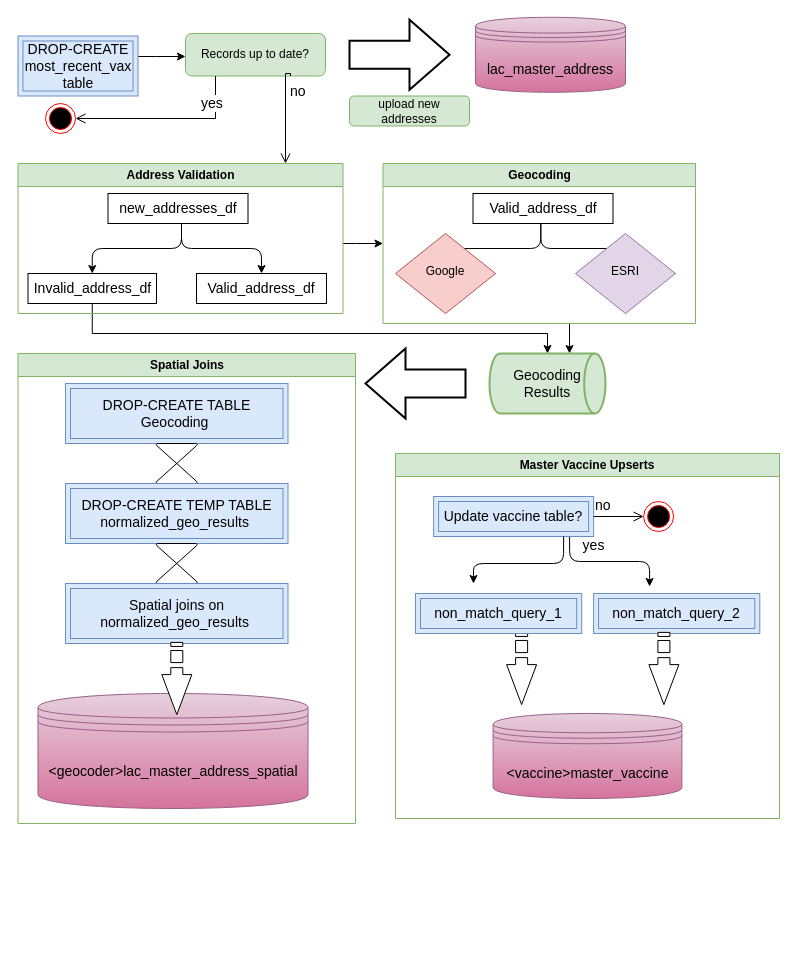
The draw.io diagram regeocoding_pipeline.drawio in Primordial-Haggis/LA_county_vax_etl_workflow, before the edit. Source tidied: cells renumbered, new cells numbered last; positions are measured from the earlier drawing's top-left corner, leaving out a move shared by most shapes. Both pictures are drawn from the tidied source at 100%, with x=0, y=0 at pixel (17, 17).
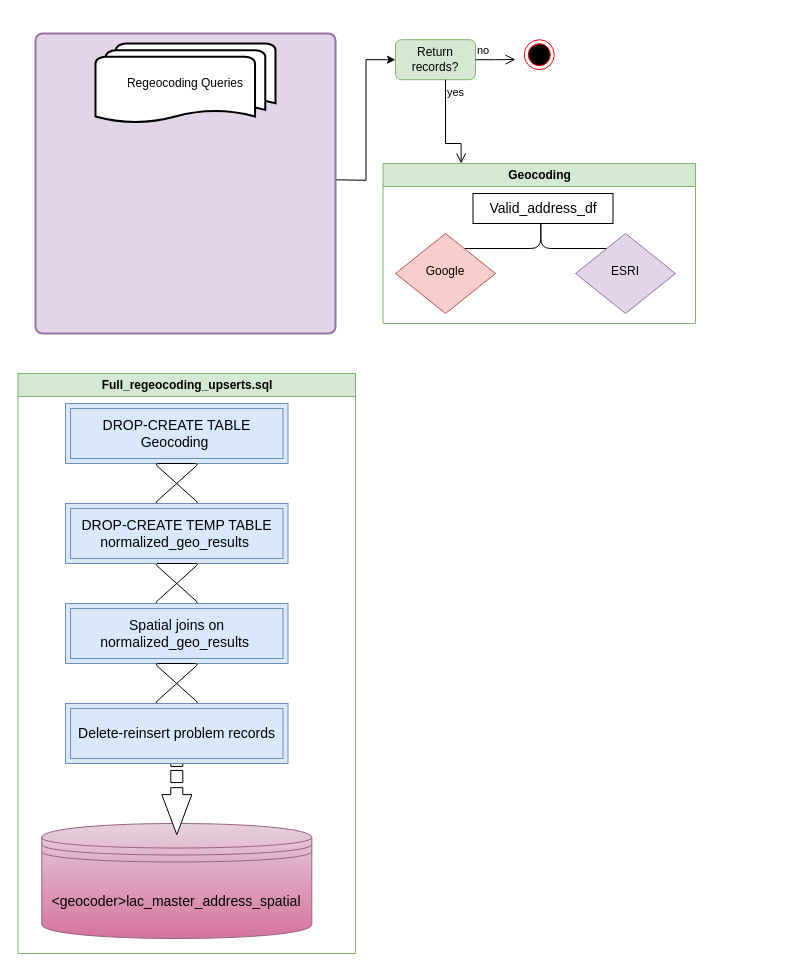
After the change.

Unchanged cells that the change refers to:
```xml
<mxCell id="15" value="Geocoding" style="horizontal=1;whiteSpace=wrap;html=1;fontSize=12;glass=0;strokeWidth=1;shadow=0;fillColor=#d5e8d4;strokeColor=#82b366;swimlane;" parent="1" vertex="1">
  <mxGeometry x="365.5" y="146" width="312.5" height="160" as="geometry" />
</mxCell>
```

Change to the diagram source:
```diff
@@
-    <mxCell id="2" value="upload new addresses" style="rounded=1;whiteSpace=wrap;html=1;fontSize=12;glass=0;strokeWidth=1;shadow=0;fillColor=#d5e8d4;strokeColor=#82b366;" parent="1" vertex="1">
-      <mxGeometry x="332" y="78.5" width="120" height="30" as="geometry" />
-    </mxCell>
-    <mxCell id="3" value="&lt;font style=&quot;font-size: 14px;&quot;&gt;lac_master_address&lt;/font&gt;" style="shape=datastore;whiteSpace=wrap;html=1;fontSize=18;fontSize=20;fillColor=#e6d0de;gradientColor=#d5739d;strokeColor=#996185;" parent="1" vertex="1">
-      <mxGeometry x="458" y="-0.2" width="150" height="75" as="geometry" />
-    </mxCell>
-    <mxCell id="4" style="edgeStyle=orthogonalEdgeStyle;rounded=0;jettySize=auto;html=1;fontSize=14;exitX=0.5;exitY=1;exitDx=0;exitDy=0;" parent="1" edge="1" source="8" target="23">
-      <mxGeometry relative="1" as="geometry">
-        <Array as="points">
-          <mxPoint x="75" y="316" />
-          <mxPoint x="530" y="316" />
-        </Array>
-      </mxGeometry>
-    </mxCell>
-    <mxCell id="5" style="edgeStyle=orthogonalEdgeStyle;rounded=0;jettySize=auto;html=1;fontSize=14;entryX=0;entryY=0.5;entryDx=0;entryDy=0;" parent="1" edge="1" source="6" target="15">
-      <mxGeometry relative="1" as="geometry">
-        <Array as="points">
-          <mxPoint x="338" y="226" />
-          <mxPoint x="338" y="226" />
-        </Array>
-      </mxGeometry>
-    </mxCell>
-    <mxCell id="6" value="Address Validation" style="horizontal=1;whiteSpace=wrap;html=1;fontSize=12;glass=0;strokeWidth=1;shadow=0;fillColor=#d5e8d4;strokeColor=#82b366;swimlane;" parent="1" vertex="1">
-      <mxGeometry x="0.5" y="146" width="325" height="150" as="geometry" />
-    </mxCell>
-    <mxCell id="7" value="new_addresses_df" style="whiteSpace=wrap;html=1;fontSize=14;" parent="6" vertex="1">
-      <mxGeometry x="90" y="30" width="140" height="30" as="geometry" />
-    </mxCell>
-    <mxCell id="8" value="Invalid_address_df" style="whiteSpace=wrap;html=1;fontSize=14;" parent="6" vertex="1">
-      <mxGeometry x="10" y="110" width="128.5" height="30" as="geometry" />
-    </mxCell>
-    <mxCell id="9" style="edgeStyle=elbowEdgeStyle;elbow=vertical;html=1;rounded=1;curved=0;sourcePerimeterSpacing=0;targetPerimeterSpacing=0;startSize=6;endSize=6;fontSize=14;" parent="6" edge="1" target="8">
-      <mxGeometry relative="1" as="geometry">
-        <mxPoint x="163.5" y="60" as="sourcePoint" />
-      </mxGeometry>
-    </mxCell>
-    <mxCell id="10" style="edgeStyle=elbowEdgeStyle;elbow=vertical;html=1;rounded=1;curved=0;sourcePerimeterSpacing=0;targetPerimeterSpacing=0;startSize=6;endSize=6;fontSize=14;" parent="6" edge="1" target="11">
-      <mxGeometry relative="1" as="geometry">
-        <mxPoint x="163.5" y="60" as="sourcePoint" />
-      </mxGeometry>
-    </mxCell>
-    <mxCell id="11" value="Valid_address_df" style="whiteSpace=wrap;html=1;fontSize=14;" parent="6" vertex="1">
-      <mxGeometry x="178.5" y="110" width="130" height="30" as="geometry" />
-    </mxCell>
-    <mxCell id="12" style="edgeStyle=orthogonalEdgeStyle;rounded=0;jettySize=auto;html=1;" parent="1" edge="1" source="13" target="46">
-      <mxGeometry relative="1" as="geometry">
-        <Array as="points">
-          <mxPoint x="138" y="39" />
-          <mxPoint x="138" y="39" />
-        </Array>
-      </mxGeometry>
-    </mxCell>
-    <mxCell id="13" value="DROP-CREATE most_recent_vax table" style="shape=ext;margin=3;double=1;whiteSpace=wrap;html=1;align=center;fontSize=14;fillColor=#dae8fc;strokeColor=#6c8ebf;" parent="1" vertex="1">
-      <mxGeometry x="0.5" y="18.5" width="120" height="60" as="geometry" />
-    </mxCell>
-    <mxCell id="14" style="edgeStyle=orthogonalEdgeStyle;rounded=0;jettySize=auto;html=1;fontSize=14;entryX=0.69;entryY=0;entryDx=0;entryDy=0;entryPerimeter=0;" parent="1" edge="1" target="23">
-      <mxGeometry relative="1" as="geometry">
-        <mxPoint x="552" y="306" as="sourcePoint" />
-      </mxGeometry>
-    </mxCell>
@@
-    <mxCell id="23" value="Geocoding Results" style="strokeWidth=2;html=1;shape=mxgraph.flowchart.direct_data;whiteSpace=wrap;fontSize=14;fillColor=#d5e8d4;strokeColor=#82b366;" parent="1" vertex="1">
-      <mxGeometry x="472" y="336" width="116" height="60" as="geometry" />
-    </mxCell>
-    <mxCell id="24" style="verticalLabelPosition=bottom;verticalAlign=top;html=1;strokeWidth=2;shape=mxgraph.arrows2.arrow;dy=0.6;dx=40;notch=0;fontSize=14;rotation=-180;" parent="1" vertex="1">
-      <mxGeometry x="348" y="331" width="100" height="70" as="geometry" />
-    </mxCell>
-    <mxCell id="25" value="Spatial Joins" style="horizontal=1;whiteSpace=wrap;html=1;fontSize=12;glass=0;strokeWidth=1;shadow=0;fillColor=#d5e8d4;strokeColor=#82b366;swimlane;" parent="1" vertex="1">
-      <mxGeometry x="0.5" y="336" width="337.5" height="470" as="geometry" />
+    <mxCell id="25" value="Full_regeocoding_upserts.sql" style="horizontal=1;whiteSpace=wrap;html=1;fontSize=12;glass=0;strokeWidth=1;shadow=0;fillColor=#d5e8d4;strokeColor=#82b366;swimlane;startSize=23;" parent="1" vertex="1">
+      <mxGeometry x="0.5" y="356" width="337.5" height="580" as="geometry" />
     </mxCell>
@@
     <mxCell id="27" value="&lt;font style=&quot;font-size: 14px;&quot;&gt;&amp;lt;geocoder&amp;gt;lac_master_address_spatial&lt;/font&gt;" style="shape=datastore;whiteSpace=wrap;html=1;fontSize=18;fontSize=20;fillColor=#e6d0de;gradientColor=#d5739d;strokeColor=#996185;" parent="25" vertex="1">
-      <mxGeometry x="20" y="340" width="270" height="115" as="geometry" />
+      <mxGeometry x="23.8" y="450" width="270" height="115" as="geometry" />
     </mxCell>
@@
     <mxCell id="32" style="html=1;shadow=0;dashed=0;align=center;verticalAlign=middle;shape=mxgraph.arrows2.stripedArrow;dy=0.6;dx=40;notch=25.24;fontSize=14;rotation=90;" parent="25" vertex="1">
-      <mxGeometry x="122.7" y="310" width="72.2" height="30" as="geometry" />
+      <mxGeometry x="122.7" y="410" width="72.2" height="30" as="geometry" />
     </mxCell>
-    <mxCell id="33" style="verticalLabelPosition=bottom;verticalAlign=top;html=1;strokeWidth=2;shape=mxgraph.arrows2.arrow;dy=0.6;dx=40;notch=0;fontSize=14;rotation=0;" parent="1" vertex="1">
-      <mxGeometry x="332" y="2.2" width="100" height="70" as="geometry" />
-    </mxCell>
-    <mxCell id="34" value="Master Vaccine Upserts" style="horizontal=1;whiteSpace=wrap;html=1;fontSize=12;glass=0;strokeWidth=1;shadow=0;fillColor=#d5e8d4;strokeColor=#82b366;swimlane;" parent="1" vertex="1">
-      <mxGeometry x="378" y="436" width="384" height="365" as="geometry" />
-    </mxCell>
-    <mxCell id="35" style="html=1;shadow=0;dashed=0;align=center;verticalAlign=middle;shape=mxgraph.arrows2.stripedArrow;dy=0.6;dx=40;notch=25.24;fontSize=14;rotation=90;" parent="34" vertex="1">
-      <mxGeometry x="90" y="200" width="72.2" height="30" as="geometry" />
-    </mxCell>
-    <mxCell id="36" value="&lt;font style=&quot;font-size: 14px;&quot;&gt;&amp;lt;vaccine&amp;gt;master_vaccine&lt;/font&gt;" style="shape=datastore;whiteSpace=wrap;html=1;fontSize=18;fontSize=20;fillColor=#e6d0de;gradientColor=#d5739d;strokeColor=#996185;" parent="34" vertex="1">
-      <mxGeometry x="97.6" y="260" width="188.8" height="85" as="geometry" />
-    </mxCell>
-    <mxCell id="37" style="ellipse;html=1;shape=endState;fillColor=#000000;strokeColor=#ff0000;fontSize=14;" parent="34" vertex="1">
-      <mxGeometry x="248.1" y="48" width="30" height="30" as="geometry" />
-    </mxCell>
-    <mxCell id="38" value="non_match_query_1" style="shape=ext;margin=3;double=1;whiteSpace=wrap;html=1;align=center;fontSize=14;fillColor=#dae8fc;strokeColor=#6c8ebf;" parent="34" vertex="1">
-      <mxGeometry x="20" y="140" width="166.2" height="40" as="geometry" />
-    </mxCell>
-    <mxCell id="39" value="non_match_query_2" style="shape=ext;margin=3;double=1;whiteSpace=wrap;html=1;align=center;fontSize=14;fillColor=#dae8fc;strokeColor=#6c8ebf;" parent="34" vertex="1">
-      <mxGeometry x="198.1" y="140" width="166.2" height="40" as="geometry" />
-    </mxCell>
-    <mxCell id="40" style="edgeStyle=elbowEdgeStyle;elbow=vertical;html=1;rounded=1;curved=0;sourcePerimeterSpacing=0;targetPerimeterSpacing=0;startSize=6;endSize=6;fontSize=14;" parent="34" edge="1">
-      <mxGeometry relative="1" as="geometry">
-        <mxPoint x="174.1" y="83" as="sourcePoint" />
-        <mxPoint x="254.1" y="133" as="targetPoint" />
-      </mxGeometry>
-    </mxCell>
-    <mxCell id="41" style="html=1;shadow=0;dashed=0;align=center;verticalAlign=middle;shape=mxgraph.arrows2.stripedArrow;dy=0.6;dx=40;notch=25.24;fontSize=14;rotation=90;" parent="34" vertex="1">
-      <mxGeometry x="232.3" y="200" width="72.2" height="30" as="geometry" />
-    </mxCell>
-    <mxCell id="42" value="Update vaccine table?" style="shape=ext;margin=3;double=1;whiteSpace=wrap;html=1;align=center;fontSize=14;fillColor=#dae8fc;strokeColor=#6c8ebf;" parent="34" vertex="1">
-      <mxGeometry x="38.1" y="43" width="160" height="40" as="geometry" />
-    </mxCell>
-    <mxCell id="43" value="no" style="edgeStyle=orthogonalEdgeStyle;html=1;align=left;verticalAlign=bottom;endArrow=open;endSize=8;rounded=0;fontSize=14;entryX=0;entryY=0.5;entryDx=0;entryDy=0;" parent="34" edge="1" source="42" target="37">
-      <mxGeometry x="-1" relative="1" as="geometry" />
-    </mxCell>
-    <mxCell id="44" value="yes" style="edgeStyle=elbowEdgeStyle;elbow=vertical;html=1;rounded=1;curved=0;sourcePerimeterSpacing=0;targetPerimeterSpacing=0;startSize=6;endSize=6;fontSize=14;" parent="34" edge="1" source="42">
-      <mxGeometry x="-0.87" y="30" relative="1" as="geometry">
-        <mxPoint x="78" y="130" as="targetPoint" />
-        <Array as="points">
-          <mxPoint x="168.1" y="110" />
-          <mxPoint x="128.1" y="120" />
-          <mxPoint x="118.1" y="130" />
-        </Array>
-      </mxGeometry>
-    </mxCell>
+    <mxCell id="50" style="verticalLabelPosition=bottom;verticalAlign=top;html=1;shape=mxgraph.flowchart.collate;fontSize=14;" parent="25" vertex="1">
+      <mxGeometry x="138.1" y="290" width="41.2" height="40" as="geometry" />
+    </mxCell>
+    <mxCell id="51" value="Delete-reinsert problem records" style="shape=ext;margin=3;double=1;whiteSpace=wrap;html=1;align=center;fontSize=14;fillColor=#dae8fc;strokeColor=#6c8ebf;" parent="25" vertex="1">
+      <mxGeometry x="47.5" y="330" width="222.5" height="60" as="geometry" />
+    </mxCell>
-    <mxCell id="45" style="edgeStyle=orthogonalEdgeStyle;rounded=0;jettySize=auto;html=1;exitX=0.75;exitY=1;exitDx=0;exitDy=0;" parent="1" edge="1" source="46">
+    <mxCell id="45" style="edgeStyle=orthogonalEdgeStyle;rounded=0;orthogonalLoop=1;jettySize=auto;html=1;exitX=0.75;exitY=1;exitDx=0;exitDy=0;" parent="1" edge="1">
       <mxGeometry relative="1" as="geometry">
+        <mxPoint x="273" y="58.5" as="sourcePoint" />
         <mxPoint x="273" y="59" as="targetPoint" />
       </mxGeometry>
     </mxCell>
-    <mxCell id="46" value="Records up to date?" style="rounded=1;whiteSpace=wrap;html=1;fontSize=12;glass=0;strokeWidth=1;shadow=0;fillColor=#d5e8d4;strokeColor=#82b366;" parent="1" vertex="1">
-      <mxGeometry x="168" y="16" width="140" height="42.5" as="geometry" />
-    </mxCell>
-    <mxCell id="47" value="no" style="edgeStyle=orthogonalEdgeStyle;html=1;align=left;verticalAlign=bottom;endArrow=open;endSize=8;rounded=0;fontSize=14;exitX=0.75;exitY=1;exitDx=0;exitDy=0;" parent="1" edge="1" source="46" target="6">
-      <mxGeometry x="-0.27" y="3" relative="1" as="geometry">
-        <Array as="points">
-          <mxPoint x="273" y="56" />
-          <mxPoint x="268" y="56" />
-        </Array>
-      </mxGeometry>
-    </mxCell>
-    <mxCell id="48" value="yes" style="edgeStyle=orthogonalEdgeStyle;html=1;align=left;verticalAlign=top;endArrow=open;endSize=8;rounded=0;fontSize=14;entryX=1;entryY=0.5;entryDx=0;entryDy=0;" parent="1" edge="1" source="46" target="49">
-      <mxGeometry x="-0.35" y="-30" relative="1" as="geometry">
-        <Array as="points">
-          <mxPoint x="198" y="101" />
-        </Array>
-      </mxGeometry>
-    </mxCell>
+    <mxCell id="52" style="edgeStyle=orthogonalEdgeStyle;rounded=0;orthogonalLoop=1;jettySize=auto;html=1;exitX=0.75;exitY=1;exitDx=0;exitDy=0;" parent="1" edge="1">
+      <mxGeometry relative="1" as="geometry">
+        <mxPoint x="273" y="58.5" as="sourcePoint" />
+        <mxPoint x="273" y="59" as="targetPoint" />
+      </mxGeometry>
+    </mxCell>
     <mxCell id="49" style="ellipse;html=1;shape=endState;fillColor=#000000;strokeColor=#ff0000;fontSize=14;" parent="1" vertex="1">
-      <mxGeometry x="28" y="86" width="30" height="30" as="geometry" />
+      <mxGeometry x="506.8" y="22.2" width="30" height="30" as="geometry" />
     </mxCell>
+    <mxCell id="53" value="Return records?" style="rounded=1;whiteSpace=wrap;html=1;fontSize=12;glass=0;strokeWidth=1;shadow=0;fillColor=#d5e8d4;strokeColor=#82b366;" parent="1" vertex="1">
+      <mxGeometry x="378" y="22.2" width="80" height="40" as="geometry" />
+    </mxCell>
+    <mxCell id="54" value="no" style="edgeStyle=orthogonalEdgeStyle;html=1;align=left;verticalAlign=bottom;endArrow=open;endSize=8;rounded=0;" parent="1" edge="1" source="53">
+      <mxGeometry x="-1" relative="1" as="geometry">
+        <mxPoint x="498" y="42" as="targetPoint" />
+      </mxGeometry>
+    </mxCell>
+    <mxCell id="55" value="yes" style="edgeStyle=orthogonalEdgeStyle;html=1;align=left;verticalAlign=top;endArrow=open;endSize=8;rounded=0;entryX=0.25;entryY=0;entryDx=0;entryDy=0;" parent="1" edge="1" source="53" target="15">
+      <mxGeometry x="-1" relative="1" as="geometry">
+        <Array as="points">
+          <mxPoint x="428" y="126" />
+          <mxPoint x="444" y="126" />
+        </Array>
+      </mxGeometry>
+    </mxCell>
+    <mxCell id="56" style="edgeStyle=orthogonalEdgeStyle;rounded=0;jettySize=auto;html=1;entryX=0;entryY=0.5;entryDx=0;entryDy=0;" parent="1" edge="1" target="53">
+      <mxGeometry relative="1" as="geometry">
+        <mxPoint x="318" y="162.3" as="sourcePoint" />
+      </mxGeometry>
+    </mxCell>
+    <mxCell id="57" style="rounded=1;whiteSpace=wrap;html=1;absoluteArcSize=1;arcSize=14;strokeWidth=2;fillColor=#e1d5e7;strokeColor=#9673a6;" parent="1" vertex="1">
+      <mxGeometry x="18" y="16" width="300" height="300" as="geometry" />
+    </mxCell>
+    <mxCell id="58" value="Regeocoding Queries" style="strokeWidth=2;html=1;shape=mxgraph.flowchart.multi-document;whiteSpace=wrap;" parent="1" vertex="1">
+      <mxGeometry x="78" y="26" width="180" height="80" as="geometry" />
+    </mxCell>
```
